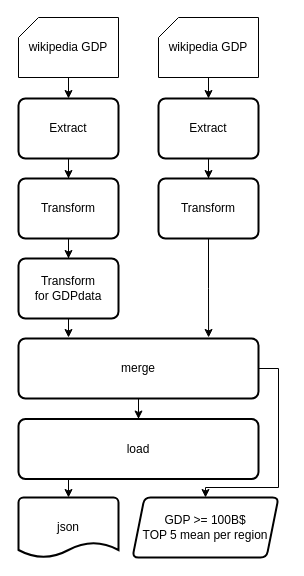
The draw.io diagram page "페이지-1" (1 of 2) of W1/M3/etl flow chart.drawio in tlsdbstjr/DataEngineering, before the edit. Source tidied: cells renumbered, new cells numbered last; positions are measured from the earlier drawing's top-left corner, leaving out a move shared by most shapes. Both pictures are drawn from the tidied source at 100%, with x=0, y=0 at pixel (18, 17).
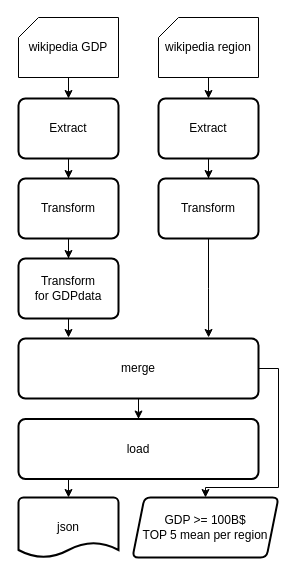
After the change.

The edit, as a diff of the source:
```diff
@@
-    <mxCell id="19" value="wikipedia GDP" style="verticalLabelPosition=middle;verticalAlign=middle;html=1;shape=card;whiteSpace=wrap;size=20;arcSize=12;labelPosition=center;align=center;" parent="1" vertex="1">
+    <mxCell id="19" value="wikipedia region" style="verticalLabelPosition=middle;verticalAlign=middle;html=1;shape=card;whiteSpace=wrap;size=20;arcSize=12;labelPosition=center;align=center;" parent="1" vertex="1">
       <mxGeometry x="140" width="100" height="60" as="geometry" />
     </mxCell>
```
